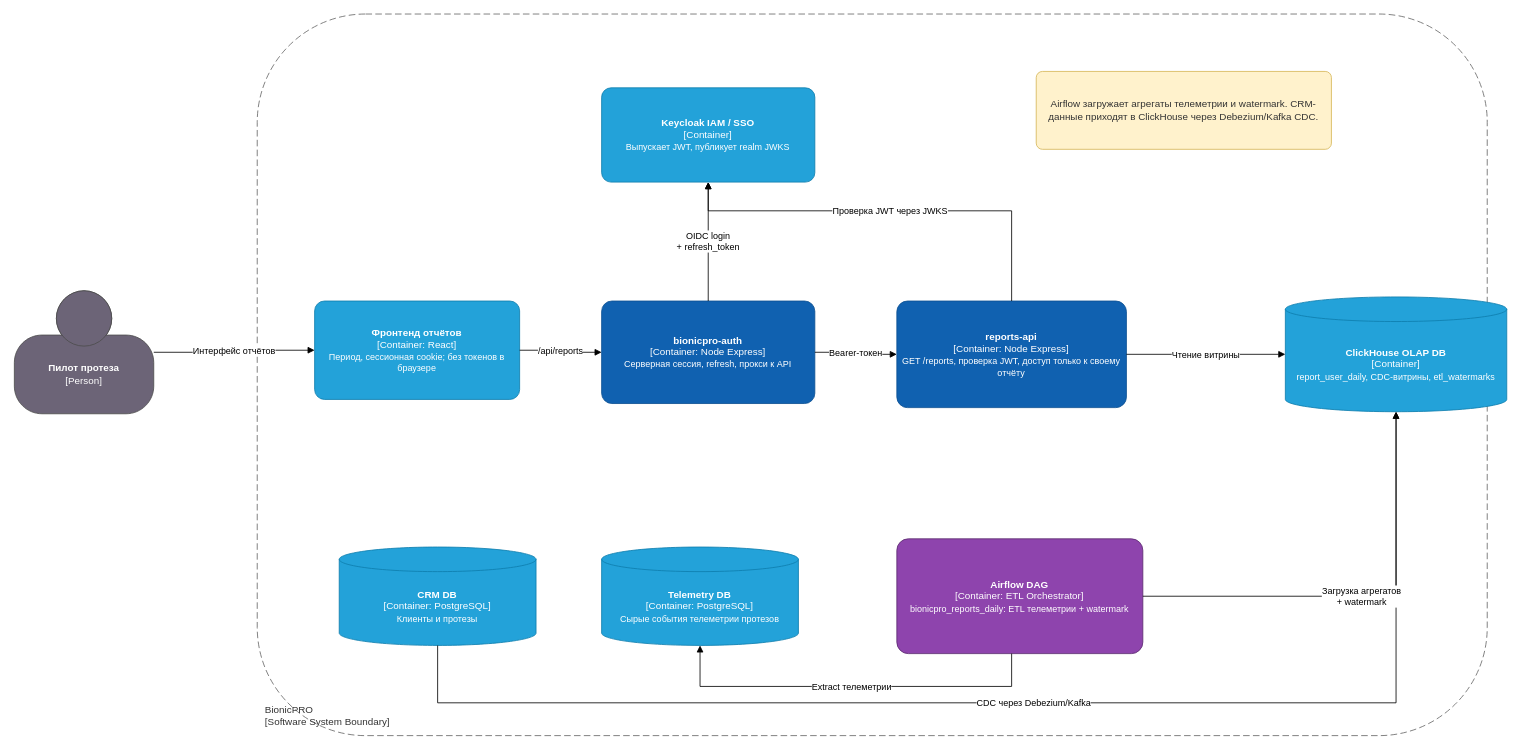
This is architecture/bionicpro-reports-c4.drawio from astandrik/architecture-bionicpro, a draw.io file, before an edit. Source tidied: cells renumbered, new cells numbered last; positions are measured from the earlier drawing's top-left corner, leaving out a move shared by most shapes. Both pictures are drawn from the tidied source at 82%, with x=0, y=0 at pixel (14, 14).
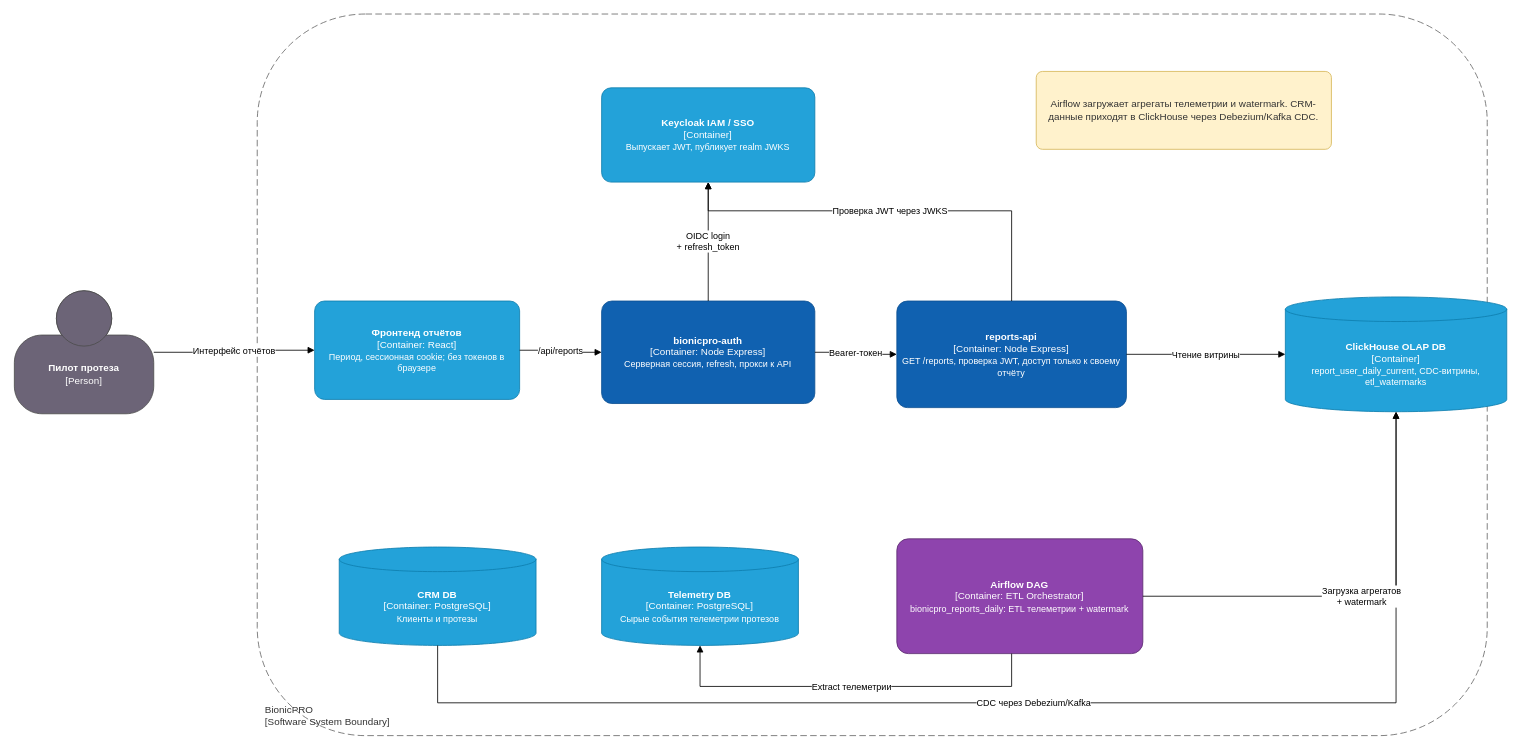
Above is the later version.

Commit message (it also covers changes not shown here):
Align report architecture diagrams with current view

Diff of the diagram source:
```diff
@@
-    <mxCell id="11" value="&lt;b&gt;ClickHouse OLAP DB&lt;/b&gt;&lt;br&gt;[Container]&lt;br&gt;&lt;font style=&quot;font-size: 11px&quot;&gt;report_user_daily, CDC-витрины, etl_watermarks&lt;/font&gt;" style="shape=cylinder3;size=15;whiteSpace=wrap;html=1;boundedLbl=1;fillColor=#23A2D9;strokeColor=#0E7DAD;fontColor=#ffffff;" parent="1" vertex="1">
+    <mxCell id="11" value="&lt;b&gt;ClickHouse OLAP DB&lt;/b&gt;&lt;br&gt;[Container]&lt;br&gt;&lt;font style=&quot;font-size: 11px&quot;&gt;report_user_daily_current, CDC-витрины, etl_watermarks&lt;/font&gt;" style="shape=cylinder3;size=15;whiteSpace=wrap;html=1;boundedLbl=1;fillColor=#23A2D9;strokeColor=#0E7DAD;fontColor=#ffffff;" parent="1" vertex="1">
       <mxGeometry x="1550" y="344.6" width="270" height="140" as="geometry" />
     </mxCell>
```
